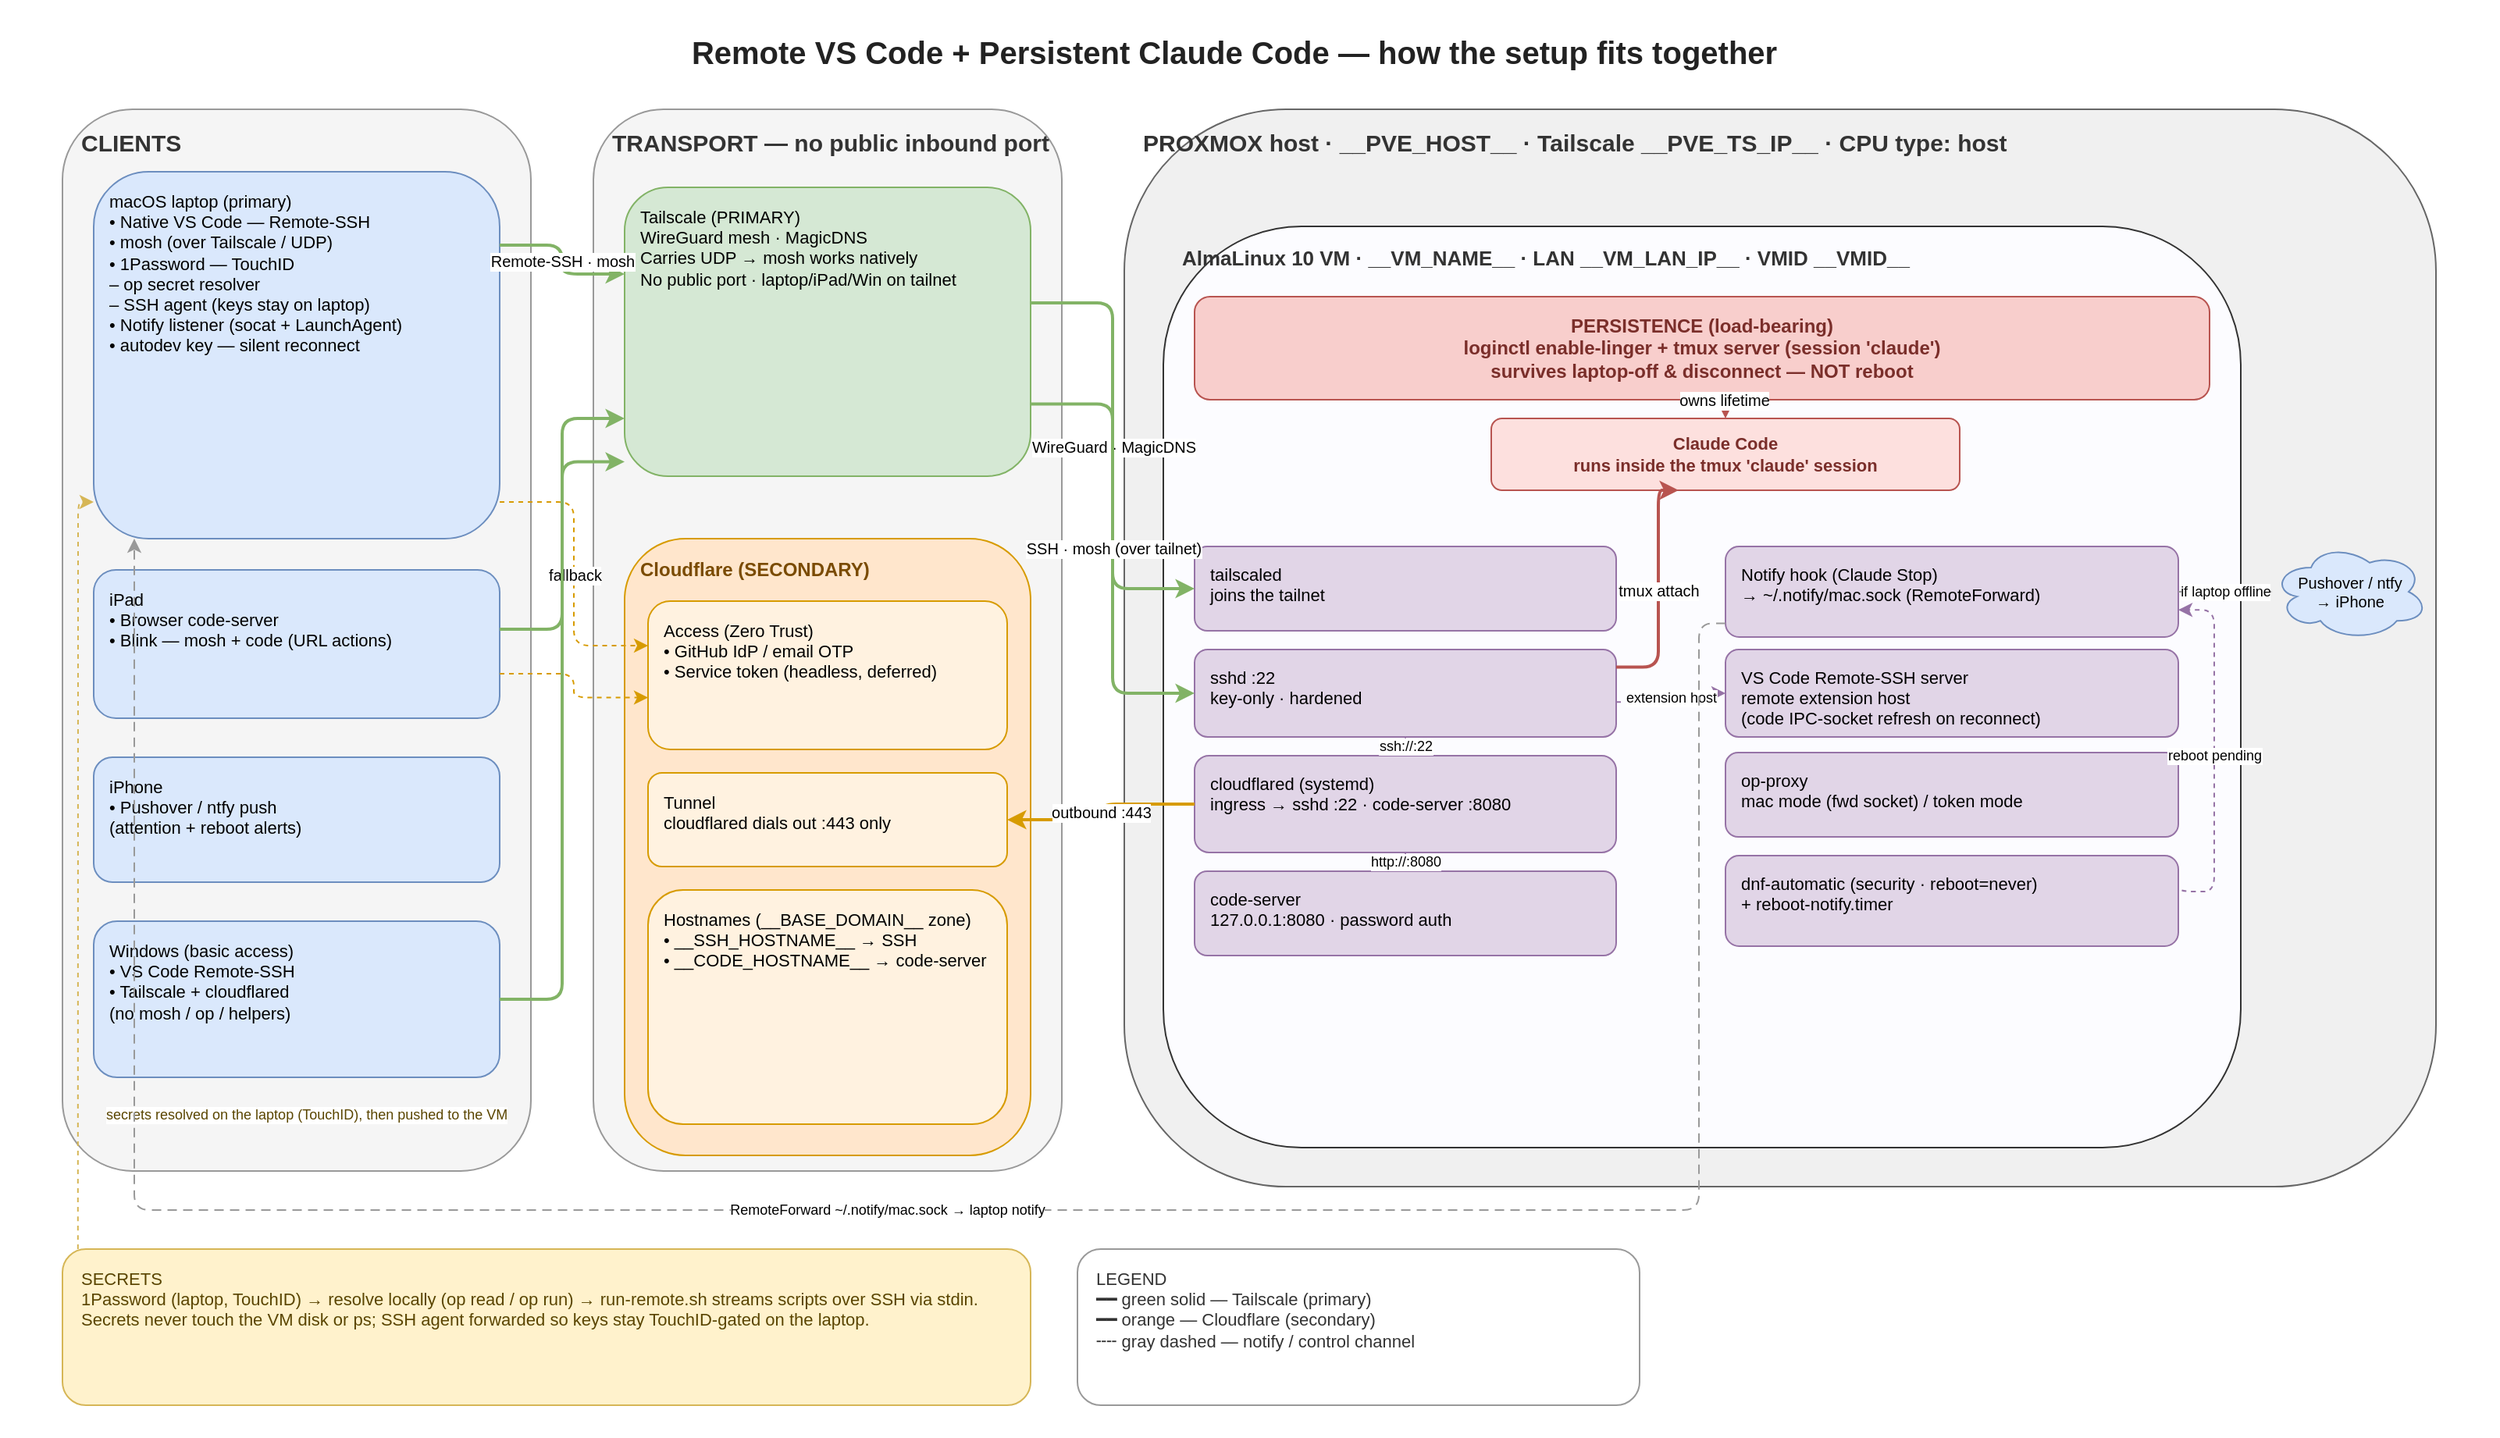
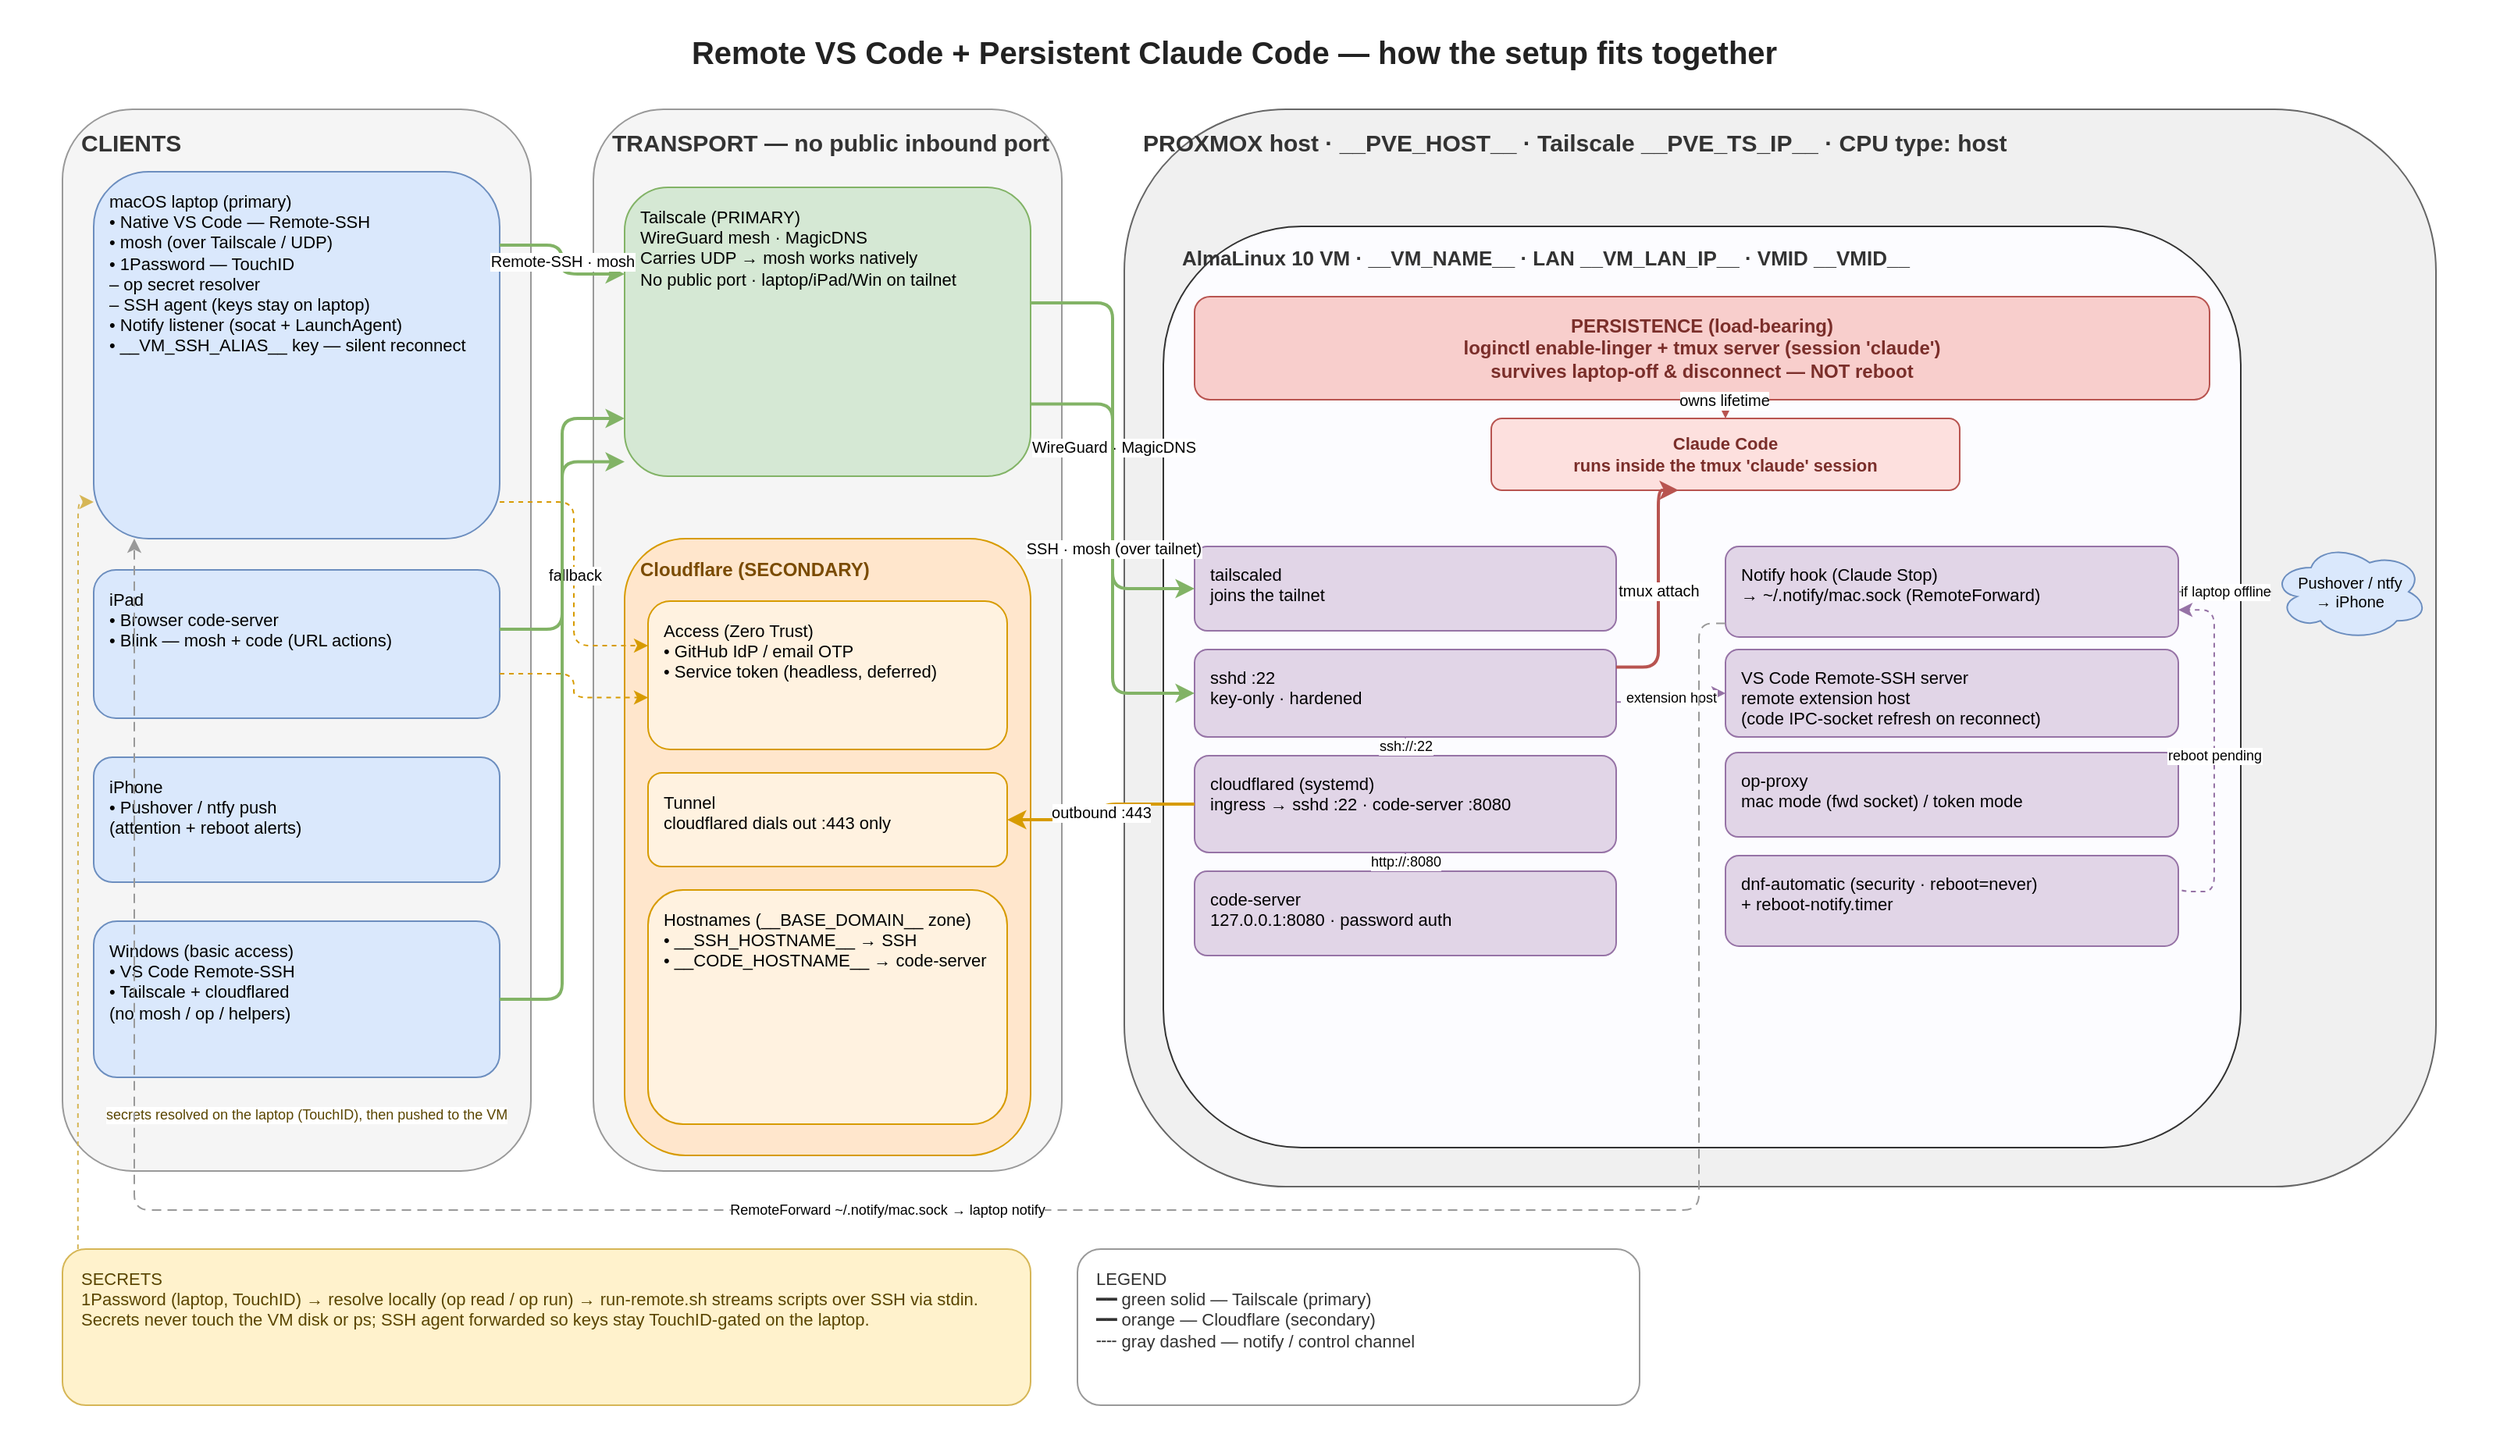
<mxfile host="app.diagrams.net"><diagram id="yfmj7745-rxc5" name="Page-1"><mxGraphModel dx="1400" dy="900" grid="0" gridSize="10" guides="1" tooltips="1" connect="1" arrows="1" fold="1" page="1" pageScale="1" pageWidth="1600" pageHeight="920" math="0" shadow="0">
  <root>
    <mxCell id="0"/>
    <mxCell id="1" parent="0"/>
    <mxCell id="bg" value="" style="rounded=0;whiteSpace=wrap;html=1;fillColor=#FFFFFF;strokeColor=none;" vertex="1" parent="1"><mxGeometry x="0" y="0" width="1600" height="920" as="geometry"/></mxCell>
    <mxCell id="title" value="Remote VS Code + Persistent Claude Code — how the setup fits together" style="text;html=1;align=center;fontSize=20;fontStyle=1;fontColor=#222222;" vertex="1" parent="1"><mxGeometry x="40" y="15" width="1500" height="36" as="geometry"/></mxCell>

    <mxCell id="z_clients" value="CLIENTS" style="rounded=1;whiteSpace=wrap;html=1;fillColor=#F5F5F5;strokeColor=#999999;verticalAlign=top;align=left;spacingLeft=10;spacingTop=6;fontStyle=1;fontSize=15;fontColor=#333333;" vertex="1" parent="1"><mxGeometry x="40" y="70" width="300" height="680" as="geometry"/></mxCell>
    <mxCell id="z_transport" value="TRANSPORT  —  no public inbound port" style="rounded=1;whiteSpace=wrap;html=1;fillColor=#F5F5F5;strokeColor=#999999;verticalAlign=top;align=left;spacingLeft=10;spacingTop=6;fontStyle=1;fontSize=15;fontColor=#333333;" vertex="1" parent="1"><mxGeometry x="380" y="70" width="300" height="680" as="geometry"/></mxCell>
    <mxCell id="z_proxmox" value="PROXMOX host  ·  __PVE_HOST__  ·  Tailscale __PVE_TS_IP__  ·  CPU type: host" style="rounded=1;whiteSpace=wrap;html=1;fillColor=#F0F0F0;strokeColor=#666666;verticalAlign=top;align=left;spacingLeft=10;spacingTop=6;fontStyle=1;fontSize=15;fontColor=#333333;" vertex="1" parent="1"><mxGeometry x="720" y="70" width="840" height="690" as="geometry"/></mxCell>
    <mxCell id="vm_box" value="AlmaLinux 10 VM  ·  __VM_NAME__  ·  LAN __VM_LAN_IP__  ·  VMID __VMID__" style="rounded=1;whiteSpace=wrap;html=1;fillColor=#FCFCFF;strokeColor=#333333;verticalAlign=top;align=left;spacingLeft=10;spacingTop=6;fontStyle=1;fontSize=13;fontColor=#333333;" vertex="1" parent="1"><mxGeometry x="745" y="145" width="690" height="590" as="geometry"/></mxCell>

-     <mxCell id="c_laptop" value="macOS laptop  (primary)&#10;• Native VS Code — Remote-SSH&#10;• mosh (over Tailscale / UDP)&#10;• 1Password — TouchID&#10;   – op secret resolver&#10;   – SSH agent (keys stay on laptop)&#10;• Notify listener (socat + LaunchAgent)&#10;• autodev key — silent reconnect" style="rounded=1;whiteSpace=wrap;html=1;fillColor=#DAE8FC;strokeColor=#6C8EBF;align=left;verticalAlign=top;spacingLeft=8;spacingTop=6;fontSize=11;" vertex="1" parent="1"><mxGeometry x="60" y="110" width="260" height="235" as="geometry"/></mxCell>
+     <mxCell id="c_laptop" value="macOS laptop  (primary)&#10;• Native VS Code — Remote-SSH&#10;• mosh (over Tailscale / UDP)&#10;• 1Password — TouchID&#10;   – op secret resolver&#10;   – SSH agent (keys stay on laptop)&#10;• Notify listener (socat + LaunchAgent)&#10;• __VM_SSH_ALIAS__ key — silent reconnect" style="rounded=1;whiteSpace=wrap;html=1;fillColor=#DAE8FC;strokeColor=#6C8EBF;align=left;verticalAlign=top;spacingLeft=8;spacingTop=6;fontSize=11;" vertex="1" parent="1"><mxGeometry x="60" y="110" width="260" height="235" as="geometry"/></mxCell>
    <mxCell id="c_ipad" value="iPad&#10;• Browser code-server&#10;• Blink — mosh + code (URL actions)" style="rounded=1;whiteSpace=wrap;html=1;fillColor=#DAE8FC;strokeColor=#6C8EBF;align=left;verticalAlign=top;spacingLeft=8;spacingTop=6;fontSize=11;" vertex="1" parent="1"><mxGeometry x="60" y="365" width="260" height="95" as="geometry"/></mxCell>
    <mxCell id="c_iphone" value="iPhone&#10;• Pushover / ntfy push&#10;  (attention + reboot alerts)" style="rounded=1;whiteSpace=wrap;html=1;fillColor=#DAE8FC;strokeColor=#6C8EBF;align=left;verticalAlign=top;spacingLeft=8;spacingTop=6;fontSize=11;" vertex="1" parent="1"><mxGeometry x="60" y="485" width="260" height="80" as="geometry"/></mxCell>
    <mxCell id="c_win" value="Windows (basic access)&#10;• VS Code Remote-SSH&#10;• Tailscale + cloudflared&#10;  (no mosh / op / helpers)" style="rounded=1;whiteSpace=wrap;html=1;fillColor=#DAE8FC;strokeColor=#6C8EBF;align=left;verticalAlign=top;spacingLeft=8;spacingTop=6;fontSize=11;" vertex="1" parent="1"><mxGeometry x="60" y="590" width="260" height="100" as="geometry"/></mxCell>

    <mxCell id="t_tail" value="Tailscale  (PRIMARY)&#10;WireGuard mesh · MagicDNS&#10;Carries UDP → mosh works natively&#10;No public port · laptop/iPad/Win on tailnet" style="rounded=1;whiteSpace=wrap;html=1;fillColor=#D5E8D4;strokeColor=#82B366;align=left;verticalAlign=top;spacingLeft=8;spacingTop=6;fontSize=11;" vertex="1" parent="1"><mxGeometry x="400" y="120" width="260" height="185" as="geometry"/></mxCell>
    <mxCell id="t_cf_zone" value="Cloudflare  (SECONDARY)" style="rounded=1;whiteSpace=wrap;html=1;fillColor=#FFE6CC;strokeColor=#D79B00;align=left;verticalAlign=top;spacingLeft=8;spacingTop=6;fontStyle=1;fontSize=12;fontColor=#7A4B00;" vertex="1" parent="1"><mxGeometry x="400" y="345" width="260" height="395" as="geometry"/></mxCell>
    <mxCell id="t_cf_access" value="Access (Zero Trust)&#10;• GitHub IdP / email OTP&#10;• Service token (headless, deferred)" style="rounded=1;whiteSpace=wrap;html=1;fillColor=#FFF2E0;strokeColor=#D79B00;align=left;verticalAlign=top;spacingLeft=8;spacingTop=6;fontSize=11;" vertex="1" parent="1"><mxGeometry x="415" y="385" width="230" height="95" as="geometry"/></mxCell>
    <mxCell id="t_cf_tunnel" value="Tunnel&#10;cloudflared dials out :443 only" style="rounded=1;whiteSpace=wrap;html=1;fillColor=#FFF2E0;strokeColor=#D79B00;align=left;verticalAlign=top;spacingLeft=8;spacingTop=6;fontSize=11;" vertex="1" parent="1"><mxGeometry x="415" y="495" width="230" height="60" as="geometry"/></mxCell>
    <mxCell id="t_cf_hosts" value="Hostnames (__BASE_DOMAIN__ zone)&#10;• __SSH_HOSTNAME__ → SSH&#10;• __CODE_HOSTNAME__ → code-server" style="rounded=1;whiteSpace=wrap;html=1;fillColor=#FFF2E0;strokeColor=#D79B00;align=left;verticalAlign=top;spacingLeft=8;spacingTop=6;fontSize=11;" vertex="1" parent="1"><mxGeometry x="415" y="570" width="230" height="150" as="geometry"/></mxCell>

    <mxCell id="p_persist" value="PERSISTENCE  (load-bearing)&#10;loginctl enable-linger  +  tmux server (session 'claude')&#10;survives laptop-off &amp; disconnect  —  NOT reboot" style="rounded=1;whiteSpace=wrap;html=1;fillColor=#F8CECC;strokeColor=#B85450;align=center;verticalAlign=middle;fontStyle=1;fontSize=12;fontColor=#7A2E2A;" vertex="1" parent="1"><mxGeometry x="765" y="190" width="650" height="66" as="geometry"/></mxCell>
    <mxCell id="p_claude" value="Claude Code&#10;runs inside the tmux 'claude' session" style="rounded=1;whiteSpace=wrap;html=1;fillColor=#FDE0DE;strokeColor=#B85450;align=center;verticalAlign=middle;fontSize=11;fontStyle=1;fontColor=#7A2E2A;" vertex="1" parent="1"><mxGeometry x="955" y="268" width="300" height="46" as="geometry"/></mxCell>

    <mxCell id="p_tailscaled" value="tailscaled&#10;joins the tailnet" style="rounded=1;whiteSpace=wrap;html=1;fillColor=#E1D5E7;strokeColor=#9673A6;align=left;verticalAlign=top;spacingLeft=8;spacingTop=5;fontSize=11;" vertex="1" parent="1"><mxGeometry x="765" y="350" width="270" height="54" as="geometry"/></mxCell>
    <mxCell id="p_sshd" value="sshd  :22&#10;key-only · hardened" style="rounded=1;whiteSpace=wrap;html=1;fillColor=#E1D5E7;strokeColor=#9673A6;align=left;verticalAlign=top;spacingLeft=8;spacingTop=5;fontSize=11;" vertex="1" parent="1"><mxGeometry x="765" y="416" width="270" height="56" as="geometry"/></mxCell>
    <mxCell id="p_cloudflared" value="cloudflared (systemd)&#10;ingress → sshd :22 · code-server :8080" style="rounded=1;whiteSpace=wrap;html=1;fillColor=#E1D5E7;strokeColor=#9673A6;align=left;verticalAlign=top;spacingLeft=8;spacingTop=5;fontSize=11;" vertex="1" parent="1"><mxGeometry x="765" y="484" width="270" height="62" as="geometry"/></mxCell>
    <mxCell id="p_codeserver" value="code-server&#10;127.0.0.1:8080 · password auth" style="rounded=1;whiteSpace=wrap;html=1;fillColor=#E1D5E7;strokeColor=#9673A6;align=left;verticalAlign=top;spacingLeft=8;spacingTop=5;fontSize=11;" vertex="1" parent="1"><mxGeometry x="765" y="558" width="270" height="54" as="geometry"/></mxCell>

    <mxCell id="p_notify" value="Notify hook (Claude Stop)&#10;→ ~/.notify/mac.sock (RemoteForward)" style="rounded=1;whiteSpace=wrap;html=1;fillColor=#E1D5E7;strokeColor=#9673A6;align=left;verticalAlign=top;spacingLeft=8;spacingTop=5;fontSize=11;" vertex="1" parent="1"><mxGeometry x="1105" y="350" width="290" height="58" as="geometry"/></mxCell>
    <mxCell id="p_vscode" value="VS Code Remote-SSH server&#10;remote extension host&#10;(code IPC-socket refresh on reconnect)" style="rounded=1;whiteSpace=wrap;html=1;fillColor=#E1D5E7;strokeColor=#9673A6;align=left;verticalAlign=top;spacingLeft=8;spacingTop=5;fontSize=11;" vertex="1" parent="1"><mxGeometry x="1105" y="416" width="290" height="56" as="geometry"/></mxCell>
    <mxCell id="p_op" value="op-proxy&#10;mac mode (fwd socket) / token mode" style="rounded=1;whiteSpace=wrap;html=1;fillColor=#E1D5E7;strokeColor=#9673A6;align=left;verticalAlign=top;spacingLeft=8;spacingTop=5;fontSize=11;" vertex="1" parent="1"><mxGeometry x="1105" y="482" width="290" height="54" as="geometry"/></mxCell>
    <mxCell id="p_updates" value="dnf-automatic (security · reboot=never)&#10;+ reboot-notify.timer" style="rounded=1;whiteSpace=wrap;html=1;fillColor=#E1D5E7;strokeColor=#9673A6;align=left;verticalAlign=top;spacingLeft=8;spacingTop=5;fontSize=11;" vertex="1" parent="1"><mxGeometry x="1105" y="548" width="290" height="58" as="geometry"/></mxCell>

    <mxCell id="cloud_push" value="Pushover / ntfy&#10;→ iPhone" style="ellipse;shape=cloud;whiteSpace=wrap;html=1;fillColor=#DAE8FC;strokeColor=#6C8EBF;fontSize=10;" vertex="1" parent="1"><mxGeometry x="1455" y="348" width="100" height="62" as="geometry"/></mxCell>

    <mxCell id="z_secrets" value="SECRETS&#10;1Password (laptop, TouchID) → resolve locally (op read / op run) → run-remote.sh streams scripts over SSH via stdin. Secrets never touch the VM disk or ps; SSH agent forwarded so keys stay TouchID-gated on the laptop." style="rounded=1;whiteSpace=wrap;html=1;fillColor=#FFF2CC;strokeColor=#D6B656;verticalAlign=top;align=left;spacingLeft=10;spacingTop=6;fontSize=11;fontColor=#5A4500;" vertex="1" parent="1"><mxGeometry x="40" y="800" width="620" height="100" as="geometry"/></mxCell>
    <mxCell id="z_legend" value="LEGEND&#10;━━  green solid  —  Tailscale (primary)&#10;━━  orange  —  Cloudflare (secondary)&#10;╌╌  gray dashed  —  notify / control channel" style="rounded=1;whiteSpace=wrap;html=1;fillColor=#FFFFFF;strokeColor=#999999;verticalAlign=top;align=left;spacingLeft=10;spacingTop=6;fontSize=11;fontColor=#333333;" vertex="1" parent="1"><mxGeometry x="690" y="800" width="360" height="100" as="geometry"/></mxCell>
    <mxCell id="t_secrets_note" value="secrets resolved on the laptop (TouchID), then pushed to the VM" style="text;html=1;align=left;fontSize=9;fontColor=#5A4500;labelBackgroundColor=#FFFFFF;" vertex="1" parent="1"><mxGeometry x="66" y="702" width="250" height="30" as="geometry"/></mxCell>

    <mxCell id="e_lap_tail" value="Remote-SSH · mosh" style="edgeStyle=orthogonalEdgeStyle;rounded=1;html=1;fontSize=10;labelBackgroundColor=#FFFFFF;strokeColor=#82B366;strokeWidth=2;exitX=1;exitY=0.2;exitDx=0;exitDy=0;entryX=0;entryY=0.3;entryDx=0;entryDy=0;" edge="1" parent="1" source="c_laptop" target="t_tail"><mxGeometry relative="1" as="geometry"/></mxCell>
    <mxCell id="e_lap_cf" value="fallback" style="edgeStyle=orthogonalEdgeStyle;rounded=1;html=1;fontSize=10;labelBackgroundColor=#FFFFFF;strokeColor=#D79B00;dashed=1;exitX=1;exitY=0.9;exitDx=0;exitDy=0;entryX=0;entryY=0.3;entryDx=0;entryDy=0;" edge="1" parent="1" source="c_laptop" target="t_cf_access"><mxGeometry relative="1" as="geometry"/></mxCell>
    <mxCell id="e_ipad_tail" value="" style="edgeStyle=orthogonalEdgeStyle;rounded=1;html=1;fontSize=10;strokeColor=#82B366;strokeWidth=2;exitX=1;exitY=0.4;exitDx=0;exitDy=0;entryX=0;entryY=0.8;entryDx=0;entryDy=0;" edge="1" parent="1" source="c_ipad" target="t_tail"><mxGeometry relative="1" as="geometry"/></mxCell>
    <mxCell id="e_ipad_cf" value="" style="edgeStyle=orthogonalEdgeStyle;rounded=1;html=1;fontSize=10;strokeColor=#D79B00;dashed=1;exitX=1;exitY=0.7;exitDx=0;exitDy=0;entryX=0;entryY=0.65;entryDx=0;entryDy=0;" edge="1" parent="1" source="c_ipad" target="t_cf_access"><mxGeometry relative="1" as="geometry"/></mxCell>
    <mxCell id="e_win_tail" value="" style="edgeStyle=orthogonalEdgeStyle;rounded=1;html=1;fontSize=10;strokeColor=#82B366;strokeWidth=2;exitX=1;exitY=0.5;exitDx=0;exitDy=0;entryX=0;entryY=0.95;entryDx=0;entryDy=0;" edge="1" parent="1" source="c_win" target="t_tail"><mxGeometry relative="1" as="geometry"/></mxCell>

    <mxCell id="e_tail_ts" value="WireGuard · MagicDNS" style="edgeStyle=orthogonalEdgeStyle;rounded=1;html=1;fontSize=10;labelBackgroundColor=#FFFFFF;strokeColor=#82B366;strokeWidth=2;exitX=1;exitY=0.4;exitDx=0;exitDy=0;entryX=0;entryY=0.5;entryDx=0;entryDy=0;" edge="1" parent="1" source="t_tail" target="p_tailscaled"><mxGeometry relative="1" as="geometry"/></mxCell>
    <mxCell id="e_tail_sshd" value="SSH · mosh (over tailnet)" style="edgeStyle=orthogonalEdgeStyle;rounded=1;html=1;fontSize=10;labelBackgroundColor=#FFFFFF;strokeColor=#82B366;strokeWidth=2;exitX=1;exitY=0.75;exitDx=0;exitDy=0;entryX=0;entryY=0.5;entryDx=0;entryDy=0;" edge="1" parent="1" source="t_tail" target="p_sshd"><mxGeometry relative="1" as="geometry"/></mxCell>
    <mxCell id="e_cfd_tunnel" value="outbound :443" style="edgeStyle=orthogonalEdgeStyle;rounded=1;html=1;fontSize=10;labelBackgroundColor=#FFFFFF;strokeColor=#D79B00;strokeWidth=2;exitX=0;exitY=0.5;exitDx=0;exitDy=0;entryX=1;entryY=0.5;entryDx=0;entryDy=0;" edge="1" parent="1" source="p_cloudflared" target="t_cf_tunnel"><mxGeometry relative="1" as="geometry"/></mxCell>

    <mxCell id="e_cfd_sshd" value="ssh://:22" style="edgeStyle=orthogonalEdgeStyle;rounded=1;html=1;fontSize=9;labelBackgroundColor=#FFFFFF;strokeColor=#9673A6;dashed=1;exitX=0.5;exitY=0;exitDx=0;exitDy=0;entryX=0.5;entryY=1;entryDx=0;entryDy=0;" edge="1" parent="1" source="p_cloudflared" target="p_sshd"><mxGeometry relative="1" as="geometry"/></mxCell>
    <mxCell id="e_cfd_cs" value="http://:8080" style="edgeStyle=orthogonalEdgeStyle;rounded=1;html=1;fontSize=9;labelBackgroundColor=#FFFFFF;strokeColor=#9673A6;dashed=1;exitX=0.5;exitY=1;exitDx=0;exitDy=0;entryX=0.5;entryY=0;entryDx=0;entryDy=0;" edge="1" parent="1" source="p_cloudflared" target="p_codeserver"><mxGeometry relative="1" as="geometry"/></mxCell>

    <mxCell id="e_persist_claude" value="owns lifetime" style="edgeStyle=orthogonalEdgeStyle;rounded=1;html=1;fontSize=10;labelBackgroundColor=#FFFFFF;strokeColor=#B85450;strokeWidth=2;exitX=0.5;exitY=1;exitDx=0;exitDy=0;entryX=0.5;entryY=0;entryDx=0;entryDy=0;" edge="1" parent="1" source="p_persist" target="p_claude"><mxGeometry relative="1" as="geometry"/></mxCell>
    <mxCell id="e_sshd_claude" value="tmux attach" style="edgeStyle=orthogonalEdgeStyle;rounded=1;html=1;fontSize=10;labelBackgroundColor=#FFFFFF;strokeColor=#B85450;strokeWidth=2;exitX=1;exitY=0.2;exitDx=0;exitDy=0;entryX=0.4;entryY=1;entryDx=0;entryDy=0;" edge="1" parent="1" source="p_sshd" target="p_claude"><mxGeometry relative="1" as="geometry"><Array as="points"><mxPoint x="1062" y="427"/><mxPoint x="1062" y="314"/></Array></mxGeometry></mxCell>
    <mxCell id="e_sshd_vscode" value="extension host" style="edgeStyle=orthogonalEdgeStyle;rounded=1;html=1;fontSize=9;labelBackgroundColor=#FFFFFF;strokeColor=#9673A6;dashed=1;exitX=1;exitY=0.6;exitDx=0;exitDy=0;entryX=0;entryY=0.5;entryDx=0;entryDy=0;" edge="1" parent="1" source="p_sshd" target="p_vscode"><mxGeometry relative="1" as="geometry"/></mxCell>

    <mxCell id="e_updates_notify" value="reboot pending" style="edgeStyle=orthogonalEdgeStyle;rounded=1;html=1;fontSize=9;labelBackgroundColor=#FFFFFF;strokeColor=#9673A6;dashed=1;exitX=1;exitY=0.3;exitDx=0;exitDy=0;entryX=1;entryY=0.7;entryDx=0;entryDy=0;" edge="1" parent="1" source="p_updates" target="p_notify"><mxGeometry relative="1" as="geometry"><Array as="points"><mxPoint x="1418" y="571"/><mxPoint x="1418" y="391"/></Array></mxGeometry></mxCell>
    <mxCell id="e_notify_push" value="if laptop offline" style="edgeStyle=orthogonalEdgeStyle;rounded=1;html=1;fontSize=9;labelBackgroundColor=#FFFFFF;strokeColor=#999999;dashed=1;dashPattern=6 4;exitX=1;exitY=0.5;exitDx=0;exitDy=0;entryX=0;entryY=0.5;entryDx=0;entryDy=0;" edge="1" parent="1" source="p_notify" target="cloud_push"><mxGeometry relative="1" as="geometry"/></mxCell>
    <mxCell id="e_notify_socket" value="RemoteForward ~/.notify/mac.sock  →  laptop notify" style="edgeStyle=orthogonalEdgeStyle;rounded=1;html=1;fontSize=9;labelBackgroundColor=#FFFFFF;strokeColor=#999999;dashed=1;dashPattern=6 4;exitX=0;exitY=0.85;exitDx=0;exitDy=0;entryX=0.1;entryY=1;entryDx=0;entryDy=0;" edge="1" parent="1" source="p_notify" target="c_laptop"><mxGeometry relative="1" as="geometry"><Array as="points"><mxPoint x="1088" y="399"/><mxPoint x="1088" y="775"/><mxPoint x="86" y="775"/></Array></mxGeometry></mxCell>

    <mxCell id="e_secrets_laptop" value="" style="edgeStyle=orthogonalEdgeStyle;rounded=1;html=1;strokeColor=#D6B656;dashed=1;exitX=0.016;exitY=0;exitDx=0;exitDy=0;entryX=0;entryY=0.9;entryDx=0;entryDy=0;" edge="1" parent="1" source="z_secrets" target="c_laptop"><mxGeometry relative="1" as="geometry"><Array as="points"><mxPoint x="50" y="785"/><mxPoint x="50" y="320"/></Array></mxGeometry></mxCell>
  </root>
</mxGraphModel></diagram></mxfile>